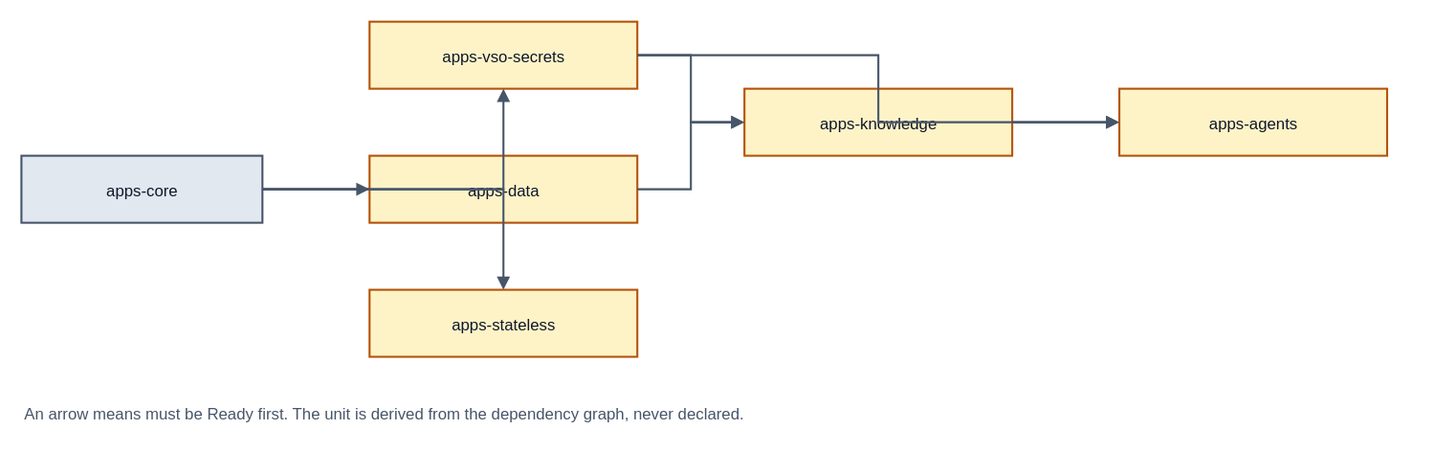
Above: spec/v1/diagrams/20-reconcile-unit-dag.drawio.svg in JorisJonkers-dev/deploy-kit (draw.io), before the change. Source tidied: cells renumbered, new cells last; positions are measured from the earlier drawing's top-left corner, leaving out a move shared by most shapes. The source it was exported from:
```xml
<mxGraphModel>
  <root>
    <mxCell id="0" />
    <mxCell id="1" parent="0" />
    <mxCell id="2" value="apps-core" style="rounded=0;whiteSpace=nowrap;html=0;align=center;verticalAlign=middle;fillColor=#e2e8f0;strokeColor=#475569;strokeWidth=1.5;fontFamily=Helvetica;fontSize=12;fontColor=#0f172a;" parent="1" vertex="1">
      <mxGeometry y="100" width="180" height="50" as="geometry" />
    </mxCell>
    <mxCell id="3" value="apps-vso-secrets" style="rounded=0;whiteSpace=nowrap;html=0;align=center;verticalAlign=middle;fillColor=#fef3c7;strokeColor=#b45309;strokeWidth=1.5;fontFamily=Helvetica;fontSize=12;fontColor=#0f172a;" parent="1" vertex="1">
      <mxGeometry x="260" width="200" height="50" as="geometry" />
    </mxCell>
    <mxCell id="4" value="apps-data" style="rounded=0;whiteSpace=nowrap;html=0;align=center;verticalAlign=middle;fillColor=#fef3c7;strokeColor=#b45309;strokeWidth=1.5;fontFamily=Helvetica;fontSize=12;fontColor=#0f172a;" parent="1" vertex="1">
      <mxGeometry x="260" y="100" width="200" height="50" as="geometry" />
    </mxCell>
    <mxCell id="5" value="apps-stateless" style="rounded=0;whiteSpace=nowrap;html=0;align=center;verticalAlign=middle;fillColor=#fef3c7;strokeColor=#b45309;strokeWidth=1.5;fontFamily=Helvetica;fontSize=12;fontColor=#0f172a;" parent="1" vertex="1">
      <mxGeometry x="260" y="200" width="200" height="50" as="geometry" />
    </mxCell>
    <mxCell id="6" value="apps-knowledge" style="rounded=0;whiteSpace=nowrap;html=0;align=center;verticalAlign=middle;fillColor=#fef3c7;strokeColor=#b45309;strokeWidth=1.5;fontFamily=Helvetica;fontSize=12;fontColor=#0f172a;" parent="1" vertex="1">
      <mxGeometry x="540" y="50" width="200" height="50" as="geometry" />
    </mxCell>
    <mxCell id="7" value="apps-agents" style="rounded=0;whiteSpace=nowrap;html=0;align=center;verticalAlign=middle;fillColor=#fef3c7;strokeColor=#b45309;strokeWidth=1.5;fontFamily=Helvetica;fontSize=12;fontColor=#0f172a;" parent="1" vertex="1">
      <mxGeometry x="820" y="50" width="200" height="50" as="geometry" />
    </mxCell>
    <mxCell id="8" style="edgeStyle=orthogonalEdgeStyle;rounded=0;html=0;jettySize=auto;endArrow=block;endFill=1;strokeColor=#475569;strokeWidth=1.5;fontSize=11;fontFamily=Helvetica;labelBackgroundColor=#ffffff;" parent="1" edge="1" source="2" target="3">
      <mxGeometry relative="1" as="geometry" />
    </mxCell>
    <mxCell id="9" style="edgeStyle=orthogonalEdgeStyle;rounded=0;html=0;jettySize=auto;endArrow=block;endFill=1;strokeColor=#475569;strokeWidth=1.5;fontSize=11;fontFamily=Helvetica;labelBackgroundColor=#ffffff;" parent="1" edge="1" source="2" target="4">
      <mxGeometry relative="1" as="geometry" />
    </mxCell>
    <mxCell id="10" style="edgeStyle=orthogonalEdgeStyle;rounded=0;html=0;jettySize=auto;endArrow=block;endFill=1;strokeColor=#475569;strokeWidth=1.5;fontSize=11;fontFamily=Helvetica;labelBackgroundColor=#ffffff;" parent="1" edge="1" source="2" target="5">
      <mxGeometry relative="1" as="geometry" />
    </mxCell>
    <mxCell id="11" style="edgeStyle=orthogonalEdgeStyle;rounded=0;html=0;jettySize=auto;endArrow=block;endFill=1;strokeColor=#475569;strokeWidth=1.5;fontSize=11;fontFamily=Helvetica;labelBackgroundColor=#ffffff;" parent="1" edge="1" source="4" target="6">
      <mxGeometry relative="1" as="geometry" />
    </mxCell>
    <mxCell id="12" style="edgeStyle=orthogonalEdgeStyle;rounded=0;html=0;jettySize=auto;endArrow=block;endFill=1;strokeColor=#475569;strokeWidth=1.5;fontSize=11;fontFamily=Helvetica;labelBackgroundColor=#ffffff;" parent="1" edge="1" source="3" target="6">
      <mxGeometry relative="1" as="geometry" />
    </mxCell>
    <mxCell id="13" style="edgeStyle=orthogonalEdgeStyle;rounded=0;html=0;jettySize=auto;endArrow=block;endFill=1;strokeColor=#475569;strokeWidth=1.5;fontSize=11;fontFamily=Helvetica;labelBackgroundColor=#ffffff;" parent="1" edge="1" source="6" target="7">
      <mxGeometry relative="1" as="geometry" />
    </mxCell>
    <mxCell id="14" style="edgeStyle=orthogonalEdgeStyle;rounded=0;html=0;jettySize=auto;endArrow=block;endFill=1;strokeColor=#475569;strokeWidth=1.5;fontSize=11;fontFamily=Helvetica;labelBackgroundColor=#ffffff;" parent="1" edge="1" source="3" target="7">
      <mxGeometry relative="1" as="geometry" />
    </mxCell>
    <mxCell id="15" value="An arrow means must be Ready first. The unit is derived from the dependency graph, never declared." style="text;html=0;strokeColor=none;fillColor=none;align=left;verticalAlign=middle;fontFamily=Helvetica;fontSize=12;fontColor=#475569;" parent="1" vertex="1">
      <mxGeometry y="280" width="900" height="24" as="geometry" />
    </mxCell>
  </root>
</mxGraphModel>
```
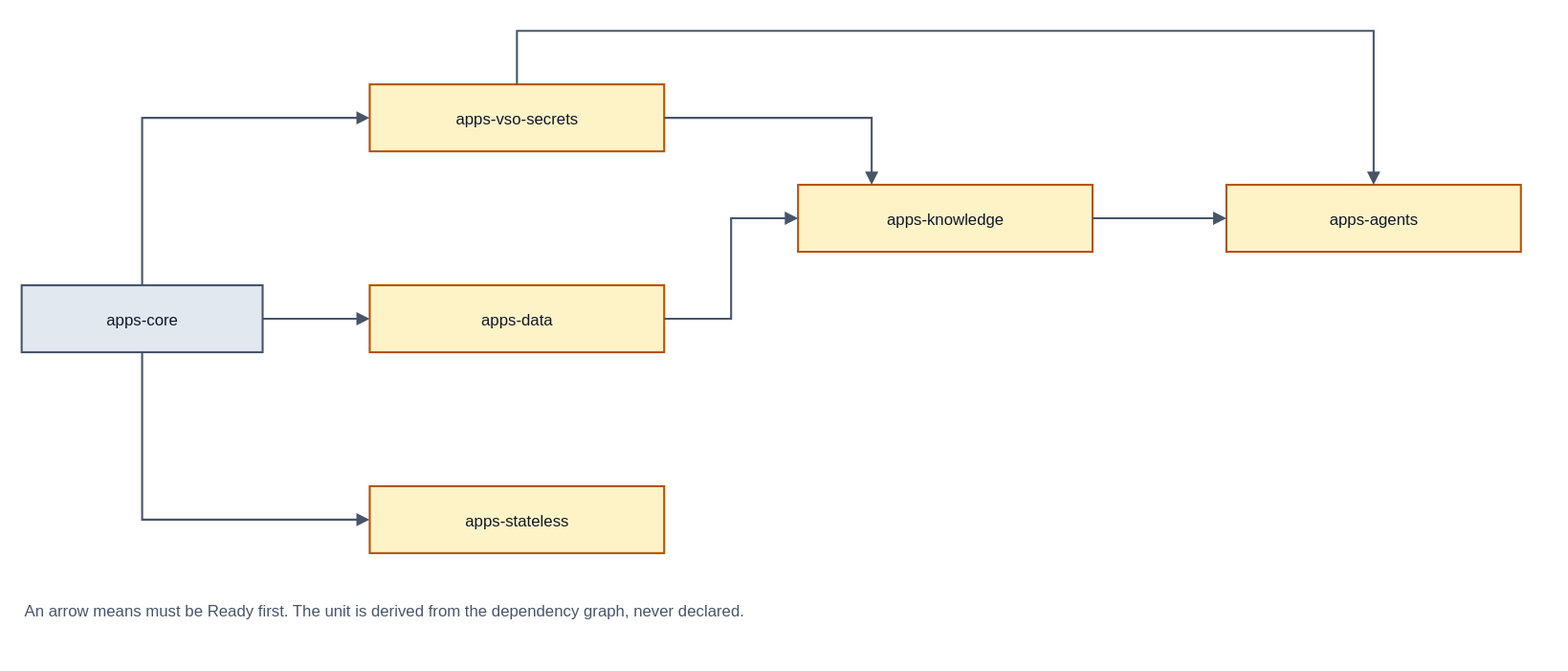
The same file after the commit.

Change to the diagram source:
```diff
@@ -3,46 +3,68 @@
     <mxCell id="0" />
     <mxCell id="1" parent="0" />
     <mxCell id="2" value="apps-core" style="rounded=0;whiteSpace=nowrap;html=0;align=center;verticalAlign=middle;fillColor=#e2e8f0;strokeColor=#475569;strokeWidth=1.5;fontFamily=Helvetica;fontSize=12;fontColor=#0f172a;" parent="1" vertex="1">
-      <mxGeometry y="100" width="180" height="50" as="geometry" />
+      <mxGeometry y="150" width="180" height="50" as="geometry" />
     </mxCell>
     <mxCell id="3" value="apps-vso-secrets" style="rounded=0;whiteSpace=nowrap;html=0;align=center;verticalAlign=middle;fillColor=#fef3c7;strokeColor=#b45309;strokeWidth=1.5;fontFamily=Helvetica;fontSize=12;fontColor=#0f172a;" parent="1" vertex="1">
-      <mxGeometry x="260" width="200" height="50" as="geometry" />
+      <mxGeometry x="260" width="220" height="50" as="geometry" />
     </mxCell>
     <mxCell id="4" value="apps-data" style="rounded=0;whiteSpace=nowrap;html=0;align=center;verticalAlign=middle;fillColor=#fef3c7;strokeColor=#b45309;strokeWidth=1.5;fontFamily=Helvetica;fontSize=12;fontColor=#0f172a;" parent="1" vertex="1">
-      <mxGeometry x="260" y="100" width="200" height="50" as="geometry" />
+      <mxGeometry x="260" y="150" width="220" height="50" as="geometry" />
     </mxCell>
     <mxCell id="5" value="apps-stateless" style="rounded=0;whiteSpace=nowrap;html=0;align=center;verticalAlign=middle;fillColor=#fef3c7;strokeColor=#b45309;strokeWidth=1.5;fontFamily=Helvetica;fontSize=12;fontColor=#0f172a;" parent="1" vertex="1">
-      <mxGeometry x="260" y="200" width="200" height="50" as="geometry" />
+      <mxGeometry x="260" y="300" width="220" height="50" as="geometry" />
     </mxCell>
     <mxCell id="6" value="apps-knowledge" style="rounded=0;whiteSpace=nowrap;html=0;align=center;verticalAlign=middle;fillColor=#fef3c7;strokeColor=#b45309;strokeWidth=1.5;fontFamily=Helvetica;fontSize=12;fontColor=#0f172a;" parent="1" vertex="1">
-      <mxGeometry x="540" y="50" width="200" height="50" as="geometry" />
+      <mxGeometry x="580" y="75" width="220" height="50" as="geometry" />
     </mxCell>
     <mxCell id="7" value="apps-agents" style="rounded=0;whiteSpace=nowrap;html=0;align=center;verticalAlign=middle;fillColor=#fef3c7;strokeColor=#b45309;strokeWidth=1.5;fontFamily=Helvetica;fontSize=12;fontColor=#0f172a;" parent="1" vertex="1">
-      <mxGeometry x="820" y="50" width="200" height="50" as="geometry" />
+      <mxGeometry x="900" y="75" width="220" height="50" as="geometry" />
     </mxCell>
-    <mxCell id="8" style="edgeStyle=orthogonalEdgeStyle;rounded=0;html=0;jettySize=auto;endArrow=block;endFill=1;strokeColor=#475569;strokeWidth=1.5;fontSize=11;fontFamily=Helvetica;labelBackgroundColor=#ffffff;" parent="1" edge="1" source="2" target="3">
+    <mxCell id="8" style="edgeStyle=orthogonalEdgeStyle;rounded=0;html=0;jettySize=auto;jumpStyle=arc;jumpSize=8;endArrow=block;endFill=1;strokeColor=#475569;strokeWidth=1.5;fontSize=11;fontFamily=Helvetica;labelBackgroundColor=#ffffff;exitX=1;exitY=0.5;exitDx=0;exitDy=0;entryX=0;entryY=0.5;entryDx=0;entryDy=0;" parent="1" edge="1" source="2" target="4">
       <mxGeometry relative="1" as="geometry" />
     </mxCell>
-    <mxCell id="9" style="edgeStyle=orthogonalEdgeStyle;rounded=0;html=0;jettySize=auto;endArrow=block;endFill=1;strokeColor=#475569;strokeWidth=1.5;fontSize=11;fontFamily=Helvetica;labelBackgroundColor=#ffffff;" parent="1" edge="1" source="2" target="4">
-      <mxGeometry relative="1" as="geometry" />
+    <mxCell id="9" style="edgeStyle=orthogonalEdgeStyle;rounded=0;html=0;jettySize=auto;jumpStyle=arc;jumpSize=8;endArrow=block;endFill=1;strokeColor=#475569;strokeWidth=1.5;fontSize=11;fontFamily=Helvetica;labelBackgroundColor=#ffffff;exitX=0.5;exitY=0;exitDx=0;exitDy=0;entryX=0;entryY=0.5;entryDx=0;entryDy=0;" parent="1" edge="1" source="2" target="3">
+      <mxGeometry relative="1" as="geometry">
+        <Array as="points">
+          <mxPoint x="90" y="25" />
+        </Array>
+      </mxGeometry>
     </mxCell>
-    <mxCell id="10" style="edgeStyle=orthogonalEdgeStyle;rounded=0;html=0;jettySize=auto;endArrow=block;endFill=1;strokeColor=#475569;strokeWidth=1.5;fontSize=11;fontFamily=Helvetica;labelBackgroundColor=#ffffff;" parent="1" edge="1" source="2" target="5">
-      <mxGeometry relative="1" as="geometry" />
+    <mxCell id="10" style="edgeStyle=orthogonalEdgeStyle;rounded=0;html=0;jettySize=auto;jumpStyle=arc;jumpSize=8;endArrow=block;endFill=1;strokeColor=#475569;strokeWidth=1.5;fontSize=11;fontFamily=Helvetica;labelBackgroundColor=#ffffff;exitX=0.5;exitY=1;exitDx=0;exitDy=0;entryX=0;entryY=0.5;entryDx=0;entryDy=0;" parent="1" edge="1" source="2" target="5">
+      <mxGeometry relative="1" as="geometry">
+        <Array as="points">
+          <mxPoint x="90" y="325" />
+        </Array>
+      </mxGeometry>
     </mxCell>
-    <mxCell id="11" style="edgeStyle=orthogonalEdgeStyle;rounded=0;html=0;jettySize=auto;endArrow=block;endFill=1;strokeColor=#475569;strokeWidth=1.5;fontSize=11;fontFamily=Helvetica;labelBackgroundColor=#ffffff;" parent="1" edge="1" source="4" target="6">
-      <mxGeometry relative="1" as="geometry" />
+    <mxCell id="11" style="edgeStyle=orthogonalEdgeStyle;rounded=0;html=0;jettySize=auto;jumpStyle=arc;jumpSize=8;endArrow=block;endFill=1;strokeColor=#475569;strokeWidth=1.5;fontSize=11;fontFamily=Helvetica;labelBackgroundColor=#ffffff;exitX=1;exitY=0.5;exitDx=0;exitDy=0;entryX=0.25;entryY=0;entryDx=0;entryDy=0;" parent="1" edge="1" source="3" target="6">
+      <mxGeometry relative="1" as="geometry">
+        <Array as="points">
+          <mxPoint x="635" y="25" />
+        </Array>
+      </mxGeometry>
     </mxCell>
-    <mxCell id="12" style="edgeStyle=orthogonalEdgeStyle;rounded=0;html=0;jettySize=auto;endArrow=block;endFill=1;strokeColor=#475569;strokeWidth=1.5;fontSize=11;fontFamily=Helvetica;labelBackgroundColor=#ffffff;" parent="1" edge="1" source="3" target="6">
-      <mxGeometry relative="1" as="geometry" />
+    <mxCell id="12" style="edgeStyle=orthogonalEdgeStyle;rounded=0;html=0;jettySize=auto;jumpStyle=arc;jumpSize=8;endArrow=block;endFill=1;strokeColor=#475569;strokeWidth=1.5;fontSize=11;fontFamily=Helvetica;labelBackgroundColor=#ffffff;exitX=1;exitY=0.5;exitDx=0;exitDy=0;entryX=0;entryY=0.5;entryDx=0;entryDy=0;" parent="1" edge="1" source="4" target="6">
+      <mxGeometry relative="1" as="geometry">
+        <Array as="points">
+          <mxPoint x="530" y="175" />
+          <mxPoint x="530" y="100" />
+        </Array>
+      </mxGeometry>
     </mxCell>
-    <mxCell id="13" style="edgeStyle=orthogonalEdgeStyle;rounded=0;html=0;jettySize=auto;endArrow=block;endFill=1;strokeColor=#475569;strokeWidth=1.5;fontSize=11;fontFamily=Helvetica;labelBackgroundColor=#ffffff;" parent="1" edge="1" source="6" target="7">
+    <mxCell id="13" style="edgeStyle=orthogonalEdgeStyle;rounded=0;html=0;jettySize=auto;jumpStyle=arc;jumpSize=8;endArrow=block;endFill=1;strokeColor=#475569;strokeWidth=1.5;fontSize=11;fontFamily=Helvetica;labelBackgroundColor=#ffffff;exitX=1;exitY=0.5;exitDx=0;exitDy=0;entryX=0;entryY=0.5;entryDx=0;entryDy=0;" parent="1" edge="1" source="6" target="7">
       <mxGeometry relative="1" as="geometry" />
     </mxCell>
-    <mxCell id="14" style="edgeStyle=orthogonalEdgeStyle;rounded=0;html=0;jettySize=auto;endArrow=block;endFill=1;strokeColor=#475569;strokeWidth=1.5;fontSize=11;fontFamily=Helvetica;labelBackgroundColor=#ffffff;" parent="1" edge="1" source="3" target="7">
-      <mxGeometry relative="1" as="geometry" />
+    <mxCell id="14" style="edgeStyle=orthogonalEdgeStyle;rounded=0;html=0;jettySize=auto;jumpStyle=arc;jumpSize=8;endArrow=block;endFill=1;strokeColor=#475569;strokeWidth=1.5;fontSize=11;fontFamily=Helvetica;labelBackgroundColor=#ffffff;exitX=0.5;exitY=0;exitDx=0;exitDy=0;entryX=0.5;entryY=0;entryDx=0;entryDy=0;" parent="1" edge="1" source="3" target="7">
+      <mxGeometry relative="1" as="geometry">
+        <Array as="points">
+          <mxPoint x="370" y="-40" />
+          <mxPoint x="1010" y="-40" />
+        </Array>
+      </mxGeometry>
     </mxCell>
     <mxCell id="15" value="An arrow means must be Ready first. The unit is derived from the dependency graph, never declared." style="text;html=0;strokeColor=none;fillColor=none;align=left;verticalAlign=middle;fontFamily=Helvetica;fontSize=12;fontColor=#475569;" parent="1" vertex="1">
-      <mxGeometry y="280" width="900" height="24" as="geometry" />
+      <mxGeometry y="380" width="1000" height="24" as="geometry" />
     </mxCell>
   </root>
 </mxGraphModel>
```
